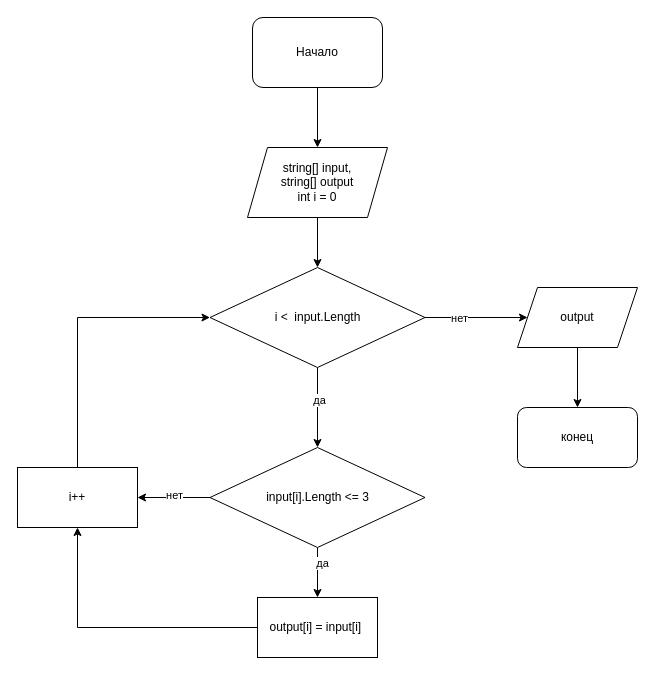
The draw.io diagram diagram/diagram.drawio in VictoriaChern/finalWorkBlock1, before the edit. Source tidied: cells renumbered, new cells numbered last; positions are measured from the earlier drawing's top-left corner, leaving out a move shared by most shapes. Both pictures are drawn from the tidied source at 100%, with x=0, y=0 at pixel (17, 17).
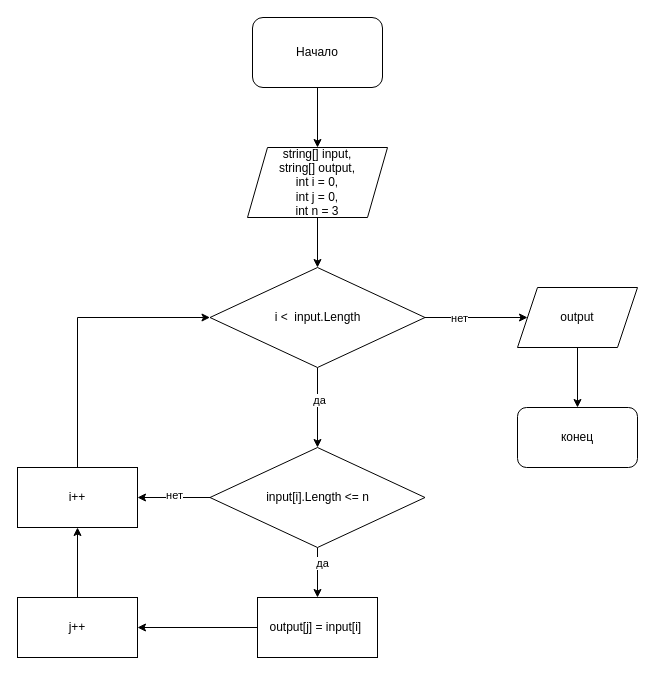
The same diagram, later.

Unchanged cells that the change refers to:
```xml
<mxCell id="20" value="i++" style="whiteSpace=wrap;html=1;" parent="1" vertex="1">
  <mxGeometry y="450" width="120" height="60" as="geometry" />
</mxCell>
```

Diff of the diagram source:
```diff
@@
-    <mxCell id="3" value="string[] input,&lt;br&gt;string[] output&lt;br&gt;int i = 0" style="shape=parallelogram;perimeter=parallelogramPerimeter;whiteSpace=wrap;html=1;fixedSize=1;" parent="1" vertex="1">
+    <mxCell id="3" value="string[] input,&lt;br&gt;string[] output,&lt;br&gt;int i = 0,&lt;br&gt;int j = 0,&lt;br&gt;int n = 3" style="shape=parallelogram;perimeter=parallelogramPerimeter;whiteSpace=wrap;html=1;fixedSize=1;" parent="1" vertex="1">
       <mxGeometry x="230" y="130" width="140" height="70" as="geometry" />
     </mxCell>
@@
-    <mxCell id="18" value="input[i].Length &amp;lt;= 3" style="rhombus;whiteSpace=wrap;html=1;" parent="1" vertex="1">
+    <mxCell id="18" value="input[i].Length &amp;lt;= n" style="rhombus;whiteSpace=wrap;html=1;" parent="1" vertex="1">
       <mxGeometry x="192.5" y="430" width="215" height="100" as="geometry" />
     </mxCell>
-    <mxCell id="19" value="output[i] = input[i]&amp;nbsp;" style="whiteSpace=wrap;html=1;" parent="1" vertex="1">
+    <mxCell id="19" value="output[j] = input[i]&amp;nbsp;" style="whiteSpace=wrap;html=1;" parent="1" vertex="1">
       <mxGeometry x="240" y="580" width="120" height="60" as="geometry" />
     </mxCell>
@@
-    <mxCell id="21" style="endArrow=classic;html=1;rounded=0;exitX=0;exitY=0.5;exitDx=0;exitDy=0;entryX=0.5;entryY=1;entryDx=0;entryDy=0;edgeStyle=orthogonalEdgeStyle;" parent="1" edge="1" source="19" target="20">
-      <mxGeometry relative="1" as="geometry" />
-    </mxCell>
@@
+    <mxCell id="23" value="j++" style="rounded=0;whiteSpace=wrap;html=1;" parent="1" vertex="1">
+      <mxGeometry y="580" width="120" height="60" as="geometry" />
+    </mxCell>
+    <mxCell id="24" style="endArrow=classic;html=1;rounded=0;exitX=0;exitY=0.5;exitDx=0;exitDy=0;entryX=1;entryY=0.5;entryDx=0;entryDy=0;" parent="1" edge="1" source="19" target="23">
+      <mxGeometry relative="1" as="geometry" />
+    </mxCell>
+    <mxCell id="25" style="endArrow=classic;html=1;rounded=0;exitX=0.5;exitY=0;exitDx=0;exitDy=0;entryX=0.5;entryY=1;entryDx=0;entryDy=0;" parent="1" edge="1" source="23" target="20">
+      <mxGeometry relative="1" as="geometry" />
+    </mxCell>
```
